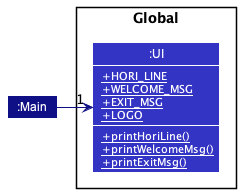
nus-cs2113-AY2122S2/tp keeps this PlantUML diagram as docs/images/UIClass.png. Above is the earlier version.
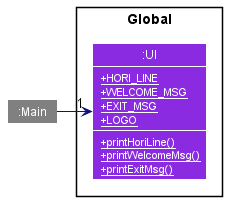
The same file after the commit.

Commit message:
Update UI Class diagram for standardization

Change to the diagram source:
```diff
@@ -4,7 +4,7 @@
 hide empty members
 
 Package Global as G{
-class ":UI" as UI LOGIC_COLOR_T1 {
+class ":UI" as UI UI_COLOR {
 <color: white> <u>+HORI_LINE
 <color: white> <u>+WELCOME_MSG
 <color: white> <u>+EXIT_MSG
@@ -15,7 +15,7 @@
 }
 }
 
-class ":Main" as PlanITarium LOGIC_COLOR
+class ":Main" as PlanITarium #grey
 
 PlanITarium -right[LOGIC_COLOR]->"1" UI
 
```
